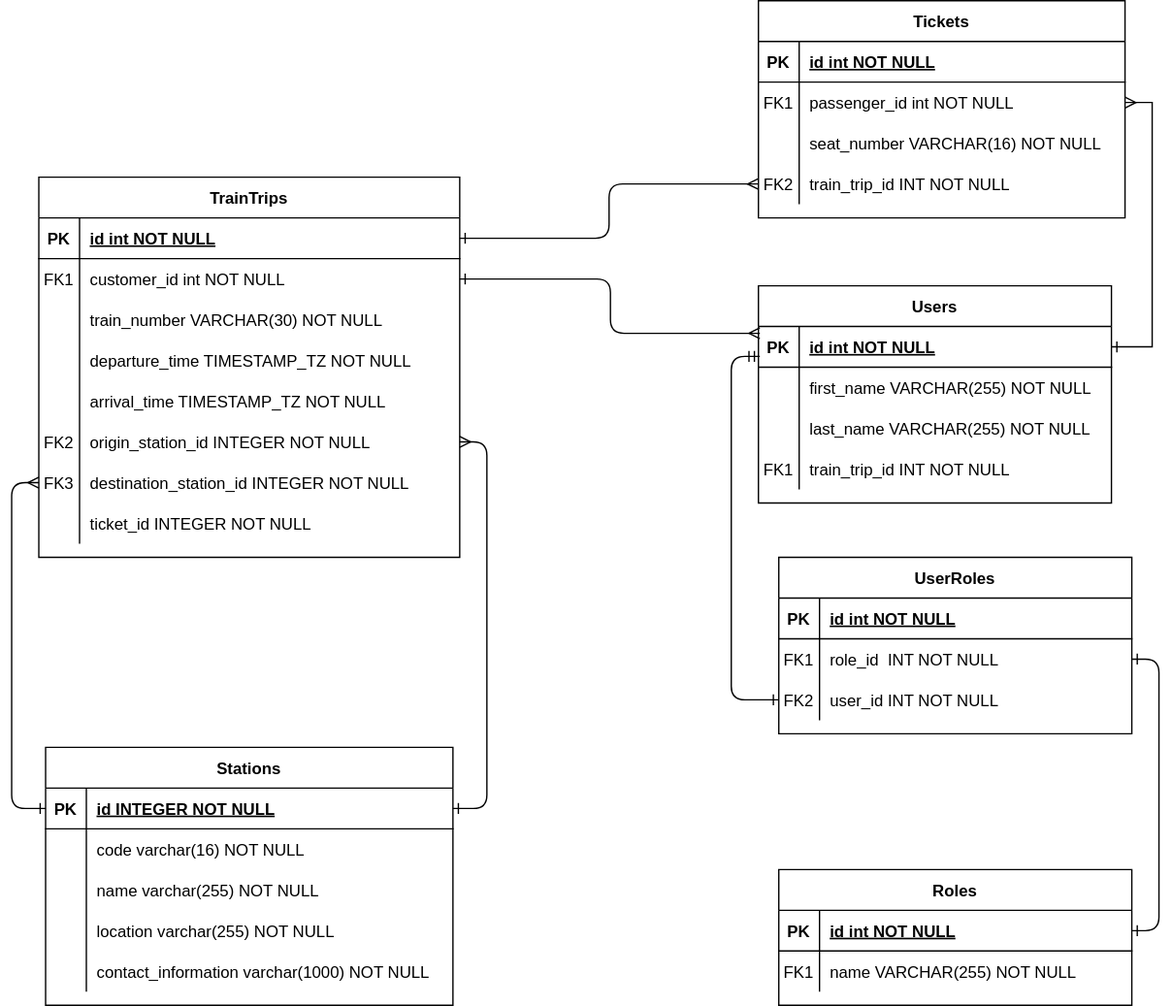
The draw.io diagram entity-relationship-diagram/Railway Management.drawio.svg in fResult/Railway-Management-API, before a commit. Source tidied: cells renumbered, new cells last; positions are measured from the earlier drawing's top-left corner, leaving out a move shared by most shapes.
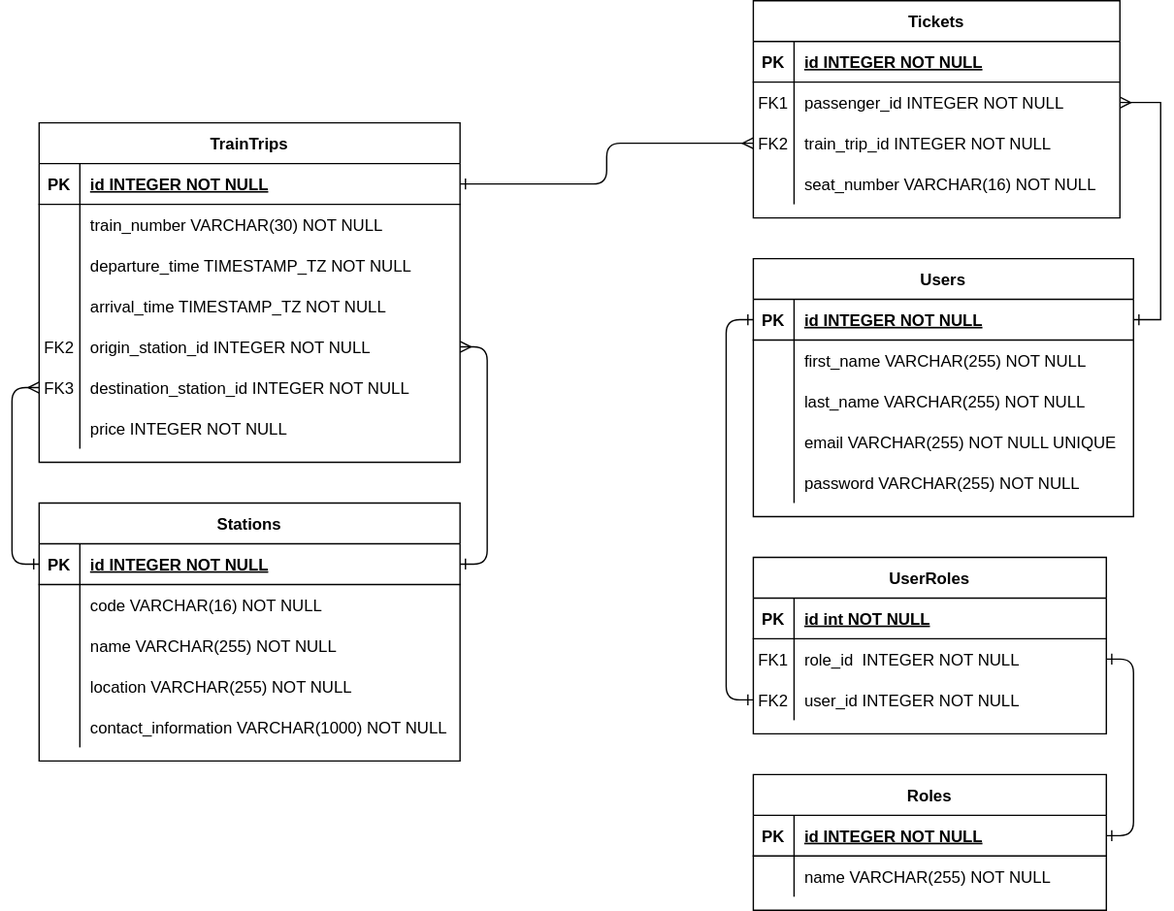
After the commit.

Commit message:
check station code is duplicated then respond 409 conflict

Diff of the diagram source:
```diff
@@ -5,3 +5,3 @@
     <mxCell id="2" value="TrainTrips" style="shape=table;startSize=30;rowLines=0;fontStyle=1;align=center;" parent="1" vertex="1">
-      <mxGeometry y="130" width="310" height="280" as="geometry" />
+      <mxGeometry x="4" y="90" width="310" height="250" as="geometry" />
     </mxCell>
@@ -13,16 +13,7 @@
     </mxCell>
-    <mxCell id="5" value="id int NOT NULL " style="shape=partialRectangle;overflow=hidden;fillColor=none;top=0;left=0;bottom=0;right=0;align=left;spacingLeft=6;fontStyle=5;" parent="3" vertex="1">
+    <mxCell id="5" value="id INTEGER NOT NULL " style="shape=partialRectangle;overflow=hidden;fillColor=none;top=0;left=0;bottom=0;right=0;align=left;spacingLeft=6;fontStyle=5;" parent="3" vertex="1">
       <mxGeometry x="30" width="280" height="30" as="geometry" />
     </mxCell>
-    <mxCell id="6" style="shape=partialRectangle;fillColor=none;points=[[0,0.5],[1,0.5]];portConstraint=eastwest;top=0;left=0;right=0;bottom=0;" parent="2" vertex="1">
-      <mxGeometry y="60" width="310" height="30" as="geometry" />
-    </mxCell>
-    <mxCell id="7" value="FK1" style="shape=partialRectangle;overflow=hidden;fillColor=none;top=0;left=0;bottom=0;right=0;" parent="6" vertex="1">
-      <mxGeometry width="30" height="30" as="geometry" />
-    </mxCell>
-    <mxCell id="8" value="customer_id int NOT NULL" style="shape=partialRectangle;overflow=hidden;fillColor=none;top=0;left=0;bottom=0;right=0;align=left;spacingLeft=6;" parent="6" vertex="1">
-      <mxGeometry x="30" width="280" height="30" as="geometry" />
-    </mxCell>
     <mxCell id="9" style="shape=partialRectangle;fillColor=none;top=0;left=0;right=0;bottom=0;" parent="2" vertex="1">
-      <mxGeometry y="90" width="310" height="30" as="geometry" />
+      <mxGeometry y="60" width="310" height="30" as="geometry" />
     </mxCell>
@@ -35,3 +26,3 @@
     <mxCell id="12" style="shape=partialRectangle;fillColor=none;top=0;left=0;right=0;bottom=0;" parent="2" vertex="1">
-      <mxGeometry y="120" width="310" height="30" as="geometry" />
+      <mxGeometry y="90" width="310" height="30" as="geometry" />
     </mxCell>
@@ -44,3 +35,3 @@
     <mxCell id="15" style="shape=partialRectangle;fillColor=none;top=0;left=0;right=0;bottom=0;" parent="2" vertex="1">
-      <mxGeometry y="150" width="310" height="30" as="geometry" />
+      <mxGeometry y="120" width="310" height="30" as="geometry" />
     </mxCell>
@@ -53,3 +44,3 @@
     <mxCell id="18" style="shape=partialRectangle;fillColor=none;points=[[0,0.5],[1,0.5]];portConstraint=eastwest;top=0;left=0;right=0;bottom=0;" parent="2" vertex="1">
-      <mxGeometry y="180" width="310" height="30" as="geometry" />
+      <mxGeometry y="150" width="310" height="30" as="geometry" />
     </mxCell>
@@ -62,3 +53,3 @@
     <mxCell id="21" style="shape=partialRectangle;fillColor=none;points=[[0,0.5],[1,0.5]];portConstraint=eastwest;top=0;left=0;right=0;bottom=0;" parent="2" vertex="1">
-      <mxGeometry y="210" width="310" height="30" as="geometry" />
+      <mxGeometry y="180" width="310" height="30" as="geometry" />
     </mxCell>
@@ -71,3 +62,3 @@
     <mxCell id="24" style="shape=partialRectangle;fillColor=none;top=0;left=0;right=0;bottom=0;" parent="2" vertex="1">
-      <mxGeometry y="240" width="310" height="30" as="geometry" />
+      <mxGeometry y="210" width="310" height="30" as="geometry" />
     </mxCell>
@@ -76,3 +67,3 @@
     </mxCell>
-    <mxCell id="26" value="ticket_id INTEGER NOT NULL" style="shape=partialRectangle;overflow=hidden;fillColor=none;top=0;left=0;bottom=0;right=0;align=left;spacingLeft=6;" parent="24" vertex="1">
+    <mxCell id="26" value="price INTEGER NOT NULL" style="shape=partialRectangle;overflow=hidden;fillColor=none;top=0;left=0;bottom=0;right=0;align=left;spacingLeft=6;" parent="24" vertex="1">
       <mxGeometry x="30" width="280" height="30" as="geometry" />
@@ -88,3 +79,3 @@
     </mxCell>
-    <mxCell id="30" value="id int NOT NULL " style="shape=partialRectangle;overflow=hidden;fillColor=none;top=0;left=0;bottom=0;right=0;align=left;spacingLeft=6;fontStyle=5;" parent="28" vertex="1">
+    <mxCell id="30" value="id INTEGER NOT NULL " style="shape=partialRectangle;overflow=hidden;fillColor=none;top=0;left=0;bottom=0;right=0;align=left;spacingLeft=6;fontStyle=5;" parent="28" vertex="1">
       <mxGeometry x="30" width="240" height="30" as="geometry" />
@@ -97,7 +88,16 @@
     </mxCell>
-    <mxCell id="33" value="passenger_id int NOT NULL" style="shape=partialRectangle;overflow=hidden;fillColor=none;top=0;left=0;bottom=0;right=0;align=left;spacingLeft=6;" parent="31" vertex="1">
+    <mxCell id="33" value="passenger_id INTEGER NOT NULL" style="shape=partialRectangle;overflow=hidden;fillColor=none;top=0;left=0;bottom=0;right=0;align=left;spacingLeft=6;" parent="31" vertex="1">
       <mxGeometry x="30" width="240" height="30" as="geometry" />
     </mxCell>
+    <mxCell id="37" style="shape=partialRectangle;fillColor=none;points=[[0,0.5],[1,0.5]];portConstraint=eastwest;top=0;left=0;right=0;bottom=0;" parent="27" vertex="1">
+      <mxGeometry y="90" width="270" height="30" as="geometry" />
+    </mxCell>
+    <mxCell id="38" value="FK2" style="shape=partialRectangle;overflow=hidden;fillColor=none;top=0;left=0;bottom=0;right=0;" parent="37" vertex="1">
+      <mxGeometry width="30" height="30" as="geometry" />
+    </mxCell>
+    <mxCell id="39" value="train_trip_id INTEGER NOT NULL" style="shape=partialRectangle;overflow=hidden;fillColor=none;top=0;left=0;bottom=0;right=0;align=left;spacingLeft=6;" parent="37" vertex="1">
+      <mxGeometry x="30" width="240" height="30" as="geometry" />
+    </mxCell>
     <mxCell id="34" style="shape=partialRectangle;fillColor=none;top=0;left=0;right=0;bottom=0;" parent="27" vertex="1">
-      <mxGeometry y="90" width="270" height="30" as="geometry" />
+      <mxGeometry y="120" width="270" height="30" as="geometry" />
     </mxCell>
@@ -109,16 +109,7 @@
     </mxCell>
-    <mxCell id="37" style="shape=partialRectangle;fillColor=none;points=[[0,0.5],[1,0.5]];portConstraint=eastwest;top=0;left=0;right=0;bottom=0;" parent="27" vertex="1">
-      <mxGeometry y="120" width="270" height="30" as="geometry" />
-    </mxCell>
-    <mxCell id="38" value="FK2" style="shape=partialRectangle;overflow=hidden;fillColor=none;top=0;left=0;bottom=0;right=0;" parent="37" vertex="1">
-      <mxGeometry width="30" height="30" as="geometry" />
-    </mxCell>
-    <mxCell id="39" value="train_trip_id INT NOT NULL" style="shape=partialRectangle;overflow=hidden;fillColor=none;top=0;left=0;bottom=0;right=0;align=left;spacingLeft=6;" parent="37" vertex="1">
-      <mxGeometry x="30" width="240" height="30" as="geometry" />
-    </mxCell>
     <mxCell id="40" value="Stations" style="shape=table;startSize=30;rowLines=0;fontStyle=1;align=center;" parent="1" vertex="1">
-      <mxGeometry x="5" y="550" width="300" height="190" as="geometry" />
+      <mxGeometry x="4" y="370" width="310" height="190" as="geometry" />
     </mxCell>
     <mxCell id="41" style="shape=partialRectangle;fillColor=none;points=[[0,0.5],[1,0.5]];portConstraint=eastwest;top=0;left=0;right=0;bottom=1;" parent="40" vertex="1">
-      <mxGeometry y="30" width="300" height="30" as="geometry" />
+      <mxGeometry y="30" width="310" height="30" as="geometry" />
     </mxCell>
@@ -128,6 +119,6 @@
     <mxCell id="43" value="id INTEGER NOT NULL " style="shape=partialRectangle;overflow=hidden;fillColor=none;top=0;left=0;bottom=0;right=0;align=left;spacingLeft=6;fontStyle=5;" parent="41" vertex="1">
-      <mxGeometry x="30" width="270" height="30" as="geometry" />
+      <mxGeometry x="30" width="280" height="30" as="geometry" />
     </mxCell>
     <mxCell id="44" style="shape=partialRectangle;fillColor=none;top=0;left=0;right=0;bottom=0;" parent="40" vertex="1">
-      <mxGeometry y="60" width="300" height="30" as="geometry" />
+      <mxGeometry y="60" width="310" height="30" as="geometry" />
     </mxCell>
@@ -136,7 +127,7 @@
     </mxCell>
-    <mxCell id="46" value="code varchar(16) NOT NULL" style="shape=partialRectangle;overflow=hidden;fillColor=none;top=0;left=0;bottom=0;right=0;align=left;spacingLeft=6;" parent="44" vertex="1">
-      <mxGeometry x="30" width="270" height="30" as="geometry" />
+    <mxCell id="46" value="code VARCHAR(16) NOT NULL" style="shape=partialRectangle;overflow=hidden;fillColor=none;top=0;left=0;bottom=0;right=0;align=left;spacingLeft=6;" parent="44" vertex="1">
+      <mxGeometry x="30" width="280" height="30" as="geometry" />
     </mxCell>
     <mxCell id="47" style="shape=partialRectangle;fillColor=none;top=0;left=0;right=0;bottom=0;" parent="40" vertex="1">
-      <mxGeometry y="90" width="300" height="30" as="geometry" />
+      <mxGeometry y="90" width="310" height="30" as="geometry" />
     </mxCell>
@@ -145,7 +136,7 @@
     </mxCell>
-    <mxCell id="49" value="name varchar(255) NOT NULL" style="shape=partialRectangle;overflow=hidden;fillColor=none;top=0;left=0;bottom=0;right=0;align=left;spacingLeft=6;" parent="47" vertex="1">
-      <mxGeometry x="30" width="270" height="30" as="geometry" />
+    <mxCell id="49" value="name VARCHAR(255) NOT NULL" style="shape=partialRectangle;overflow=hidden;fillColor=none;top=0;left=0;bottom=0;right=0;align=left;spacingLeft=6;" parent="47" vertex="1">
+      <mxGeometry x="30" width="280" height="30" as="geometry" />
     </mxCell>
     <mxCell id="50" style="shape=partialRectangle;fillColor=none;top=0;left=0;right=0;bottom=0;" parent="40" vertex="1">
-      <mxGeometry y="120" width="300" height="30" as="geometry" />
+      <mxGeometry y="120" width="310" height="30" as="geometry" />
     </mxCell>
@@ -154,7 +145,7 @@
     </mxCell>
-    <mxCell id="52" value="location varchar(255) NOT NULL" style="shape=partialRectangle;overflow=hidden;fillColor=none;top=0;left=0;bottom=0;right=0;align=left;spacingLeft=6;" parent="50" vertex="1">
-      <mxGeometry x="30" width="270" height="30" as="geometry" />
+    <mxCell id="52" value="location VARCHAR(255) NOT NULL" style="shape=partialRectangle;overflow=hidden;fillColor=none;top=0;left=0;bottom=0;right=0;align=left;spacingLeft=6;" parent="50" vertex="1">
+      <mxGeometry x="30" width="280" height="30" as="geometry" />
     </mxCell>
     <mxCell id="53" style="shape=partialRectangle;fillColor=none;top=0;left=0;right=0;bottom=0;" parent="40" vertex="1">
-      <mxGeometry y="150" width="300" height="30" as="geometry" />
+      <mxGeometry y="150" width="310" height="30" as="geometry" />
     </mxCell>
@@ -163,4 +154,4 @@
     </mxCell>
-    <mxCell id="55" value="contact_information varchar(1000) NOT NULL" style="shape=partialRectangle;overflow=hidden;fillColor=none;top=0;left=0;bottom=0;right=0;align=left;spacingLeft=6;" parent="53" vertex="1">
-      <mxGeometry x="30" width="270" height="30" as="geometry" />
+    <mxCell id="55" value="contact_information VARCHAR(1000) NOT NULL" style="shape=partialRectangle;overflow=hidden;fillColor=none;top=0;left=0;bottom=0;right=0;align=left;spacingLeft=6;" parent="53" vertex="1">
+      <mxGeometry x="30" width="280" height="30" as="geometry" />
     </mxCell>
@@ -173,6 +164,6 @@
     <mxCell id="58" value="Users" style="shape=table;startSize=30;rowLines=0;fontStyle=1;align=center;" parent="1" vertex="1">
-      <mxGeometry x="530" y="210" width="260" height="160" as="geometry" />
+      <mxGeometry x="530" y="190" width="280" height="190" as="geometry" />
     </mxCell>
     <mxCell id="59" style="shape=partialRectangle;fillColor=none;points=[[0,0.5],[1,0.5]];portConstraint=eastwest;top=0;left=0;right=0;bottom=1;" parent="58" vertex="1">
-      <mxGeometry y="30" width="260" height="30" as="geometry" />
+      <mxGeometry y="30" width="280" height="30" as="geometry" />
     </mxCell>
@@ -181,7 +172,7 @@
     </mxCell>
-    <mxCell id="61" value="id int NOT NULL " style="shape=partialRectangle;overflow=hidden;fillColor=none;top=0;left=0;bottom=0;right=0;align=left;spacingLeft=6;fontStyle=5;" parent="59" vertex="1">
-      <mxGeometry x="30" width="230" height="30" as="geometry" />
+    <mxCell id="61" value="id INTEGER NOT NULL " style="shape=partialRectangle;overflow=hidden;fillColor=none;top=0;left=0;bottom=0;right=0;align=left;spacingLeft=6;fontStyle=5;" parent="59" vertex="1">
+      <mxGeometry x="30" width="250" height="30" as="geometry" />
     </mxCell>
     <mxCell id="62" style="shape=partialRectangle;fillColor=none;top=0;left=0;right=0;bottom=0;" parent="58" vertex="1">
-      <mxGeometry y="60" width="260" height="30" as="geometry" />
+      <mxGeometry y="60" width="280" height="30" as="geometry" />
     </mxCell>
@@ -191,6 +182,6 @@
     <mxCell id="64" value="first_name VARCHAR(255) NOT NULL" style="shape=partialRectangle;overflow=hidden;fillColor=none;top=0;left=0;bottom=0;right=0;align=left;spacingLeft=6;" parent="62" vertex="1">
-      <mxGeometry x="30" width="230" height="30" as="geometry" />
+      <mxGeometry x="30" width="250" height="30" as="geometry" />
     </mxCell>
     <mxCell id="65" style="shape=partialRectangle;fillColor=none;top=0;left=0;right=0;bottom=0;" parent="58" vertex="1">
-      <mxGeometry y="90" width="260" height="30" as="geometry" />
+      <mxGeometry y="90" width="280" height="30" as="geometry" />
     </mxCell>
@@ -200,13 +191,22 @@
     <mxCell id="67" value="last_name VARCHAR(255) NOT NULL" style="shape=partialRectangle;overflow=hidden;fillColor=none;top=0;left=0;bottom=0;right=0;align=left;spacingLeft=6;" parent="65" vertex="1">
-      <mxGeometry x="30" width="230" height="30" as="geometry" />
+      <mxGeometry x="30" width="250" height="30" as="geometry" />
     </mxCell>
-    <mxCell id="68" style="shape=partialRectangle;fillColor=none;top=0;left=0;right=0;bottom=0;" parent="58" vertex="1">
-      <mxGeometry y="120" width="260" height="30" as="geometry" />
-    </mxCell>
-    <mxCell id="69" value="FK1" style="shape=partialRectangle;overflow=hidden;fillColor=none;top=0;left=0;bottom=0;right=0;" parent="68" vertex="1">
-      <mxGeometry width="30" height="30" as="geometry" />
-    </mxCell>
-    <mxCell id="70" value="train_trip_id INT NOT NULL" style="shape=partialRectangle;overflow=hidden;fillColor=none;top=0;left=0;bottom=0;right=0;align=left;spacingLeft=6;" parent="68" vertex="1">
-      <mxGeometry x="30" width="230" height="30" as="geometry" />
-    </mxCell>
+    <mxCell id="93" style="shape=partialRectangle;fillColor=none;top=0;left=0;right=0;bottom=0;" parent="58" vertex="1">
+      <mxGeometry y="120" width="280" height="30" as="geometry" />
+    </mxCell>
+    <mxCell id="94" style="shape=partialRectangle;overflow=hidden;fillColor=none;top=0;left=0;bottom=0;right=0;" parent="93" vertex="1">
+      <mxGeometry width="30" height="30" as="geometry" />
+    </mxCell>
+    <mxCell id="95" value="email VARCHAR(255) NOT NULL UNIQUE" style="shape=partialRectangle;overflow=hidden;fillColor=none;top=0;left=0;bottom=0;right=0;align=left;spacingLeft=6;" parent="93" vertex="1">
+      <mxGeometry x="30" width="250" height="30" as="geometry" />
+    </mxCell>
+    <mxCell id="96" style="shape=partialRectangle;fillColor=none;top=0;left=0;right=0;bottom=0;" parent="58" vertex="1">
+      <mxGeometry y="150" width="280" height="30" as="geometry" />
+    </mxCell>
+    <mxCell id="97" style="shape=partialRectangle;overflow=hidden;fillColor=none;top=0;left=0;bottom=0;right=0;" parent="96" vertex="1">
+      <mxGeometry width="30" height="30" as="geometry" />
+    </mxCell>
+    <mxCell id="98" value="password VARCHAR(255) NOT NULL" style="shape=partialRectangle;overflow=hidden;fillColor=none;top=0;left=0;bottom=0;right=0;align=left;spacingLeft=6;" parent="96" vertex="1">
+      <mxGeometry x="30" width="250" height="30" as="geometry" />
+    </mxCell>
     <mxCell id="71" style="edgeStyle=orthogonalEdgeStyle;rounded=0;jettySize=auto;html=1;exitX=1;exitY=0.5;exitDx=0;exitDy=0;entryX=1;entryY=0.5;entryDx=0;entryDy=0;startArrow=ERmany;startFill=0;endArrow=ERone;endFill=0;" parent="1" edge="1" source="31" target="59">
@@ -215,3 +215,3 @@
     <mxCell id="72" value="UserRoles" style="shape=table;startSize=30;rowLines=0;fontStyle=1;align=center;" parent="1" vertex="1">
-      <mxGeometry x="545" y="410" width="260" height="130" as="geometry" />
+      <mxGeometry x="530" y="410" width="260" height="130" as="geometry" />
     </mxCell>
@@ -232,3 +232,3 @@
     </mxCell>
-    <mxCell id="78" value="role_id  INT NOT NULL" style="shape=partialRectangle;overflow=hidden;fillColor=none;top=0;left=0;bottom=0;right=0;align=left;spacingLeft=6;" parent="76" vertex="1">
+    <mxCell id="78" value="role_id  INTEGER NOT NULL" style="shape=partialRectangle;overflow=hidden;fillColor=none;top=0;left=0;bottom=0;right=0;align=left;spacingLeft=6;" parent="76" vertex="1">
       <mxGeometry x="30" width="230" height="30" as="geometry" />
@@ -241,6 +241,6 @@
     </mxCell>
-    <mxCell id="81" value="user_id INT NOT NULL" style="shape=partialRectangle;overflow=hidden;fillColor=none;top=0;left=0;bottom=0;right=0;align=left;spacingLeft=6;" parent="79" vertex="1">
+    <mxCell id="81" value="user_id INTEGER NOT NULL" style="shape=partialRectangle;overflow=hidden;fillColor=none;top=0;left=0;bottom=0;right=0;align=left;spacingLeft=6;" parent="79" vertex="1">
       <mxGeometry x="30" width="230" height="30" as="geometry" />
     </mxCell>
-    <mxCell id="82" style="edgeStyle=orthogonalEdgeStyle;rounded=1;jettySize=auto;html=1;exitX=0;exitY=0.5;exitDx=0;exitDy=0;entryX=0.004;entryY=0.733;entryDx=0;entryDy=0;startArrow=ERone;startFill=0;endArrow=ERmandOne;endFill=0;curved=0;entryPerimeter=0;" parent="1" edge="1" source="79" target="59">
+    <mxCell id="82" style="edgeStyle=orthogonalEdgeStyle;rounded=1;jettySize=auto;html=1;exitX=0;exitY=0.5;exitDx=0;exitDy=0;entryX=0;entryY=0.5;entryDx=0;entryDy=0;startArrow=ERone;startFill=0;endArrow=ERone;endFill=0;curved=0;" parent="1" edge="1" source="79" target="59">
       <mxGeometry relative="1" as="geometry" />
@@ -248,3 +248,3 @@
     <mxCell id="83" value="Roles" style="shape=table;startSize=30;rowLines=0;fontStyle=1;align=center;" parent="1" vertex="1">
-      <mxGeometry x="545" y="640" width="260" height="100" as="geometry" />
+      <mxGeometry x="530" y="570" width="260" height="100" as="geometry" />
     </mxCell>
@@ -256,3 +256,3 @@
     </mxCell>
-    <mxCell id="86" value="id int NOT NULL " style="shape=partialRectangle;overflow=hidden;fillColor=none;top=0;left=0;bottom=0;right=0;align=left;spacingLeft=6;fontStyle=5;" parent="84" vertex="1">
+    <mxCell id="86" value="id INTEGER NOT NULL " style="shape=partialRectangle;overflow=hidden;fillColor=none;top=0;left=0;bottom=0;right=0;align=left;spacingLeft=6;fontStyle=5;" parent="84" vertex="1">
       <mxGeometry x="30" width="230" height="30" as="geometry" />
@@ -262,3 +262,3 @@
     </mxCell>
-    <mxCell id="88" value="FK1" style="shape=partialRectangle;overflow=hidden;fillColor=none;top=0;left=0;bottom=0;right=0;" parent="87" vertex="1">
+    <mxCell id="88" style="shape=partialRectangle;overflow=hidden;fillColor=none;top=0;left=0;bottom=0;right=0;" parent="87" vertex="1">
       <mxGeometry width="30" height="30" as="geometry" />
@@ -271,5 +271,2 @@
     </mxCell>
-    <mxCell id="91" style="edgeStyle=elbowEdgeStyle;rounded=1;jettySize=auto;html=1;exitX=1;exitY=0.5;exitDx=0;exitDy=0;curved=0;entryX=0.004;entryY=0.167;entryDx=0;entryDy=0;entryPerimeter=0;startArrow=ERone;startFill=0;endArrow=ERmany;endFill=0;" parent="1" edge="1" source="6" target="59">
-      <mxGeometry relative="1" as="geometry" />
-    </mxCell>
     <mxCell id="92" style="edgeStyle=orthogonalEdgeStyle;rounded=1;jettySize=auto;html=1;exitX=0;exitY=0.5;exitDx=0;exitDy=0;entryX=1;entryY=0.5;entryDx=0;entryDy=0;curved=0;startArrow=ERmany;startFill=0;endArrow=ERone;endFill=0;" parent="1" edge="1" source="37" target="3">
```
